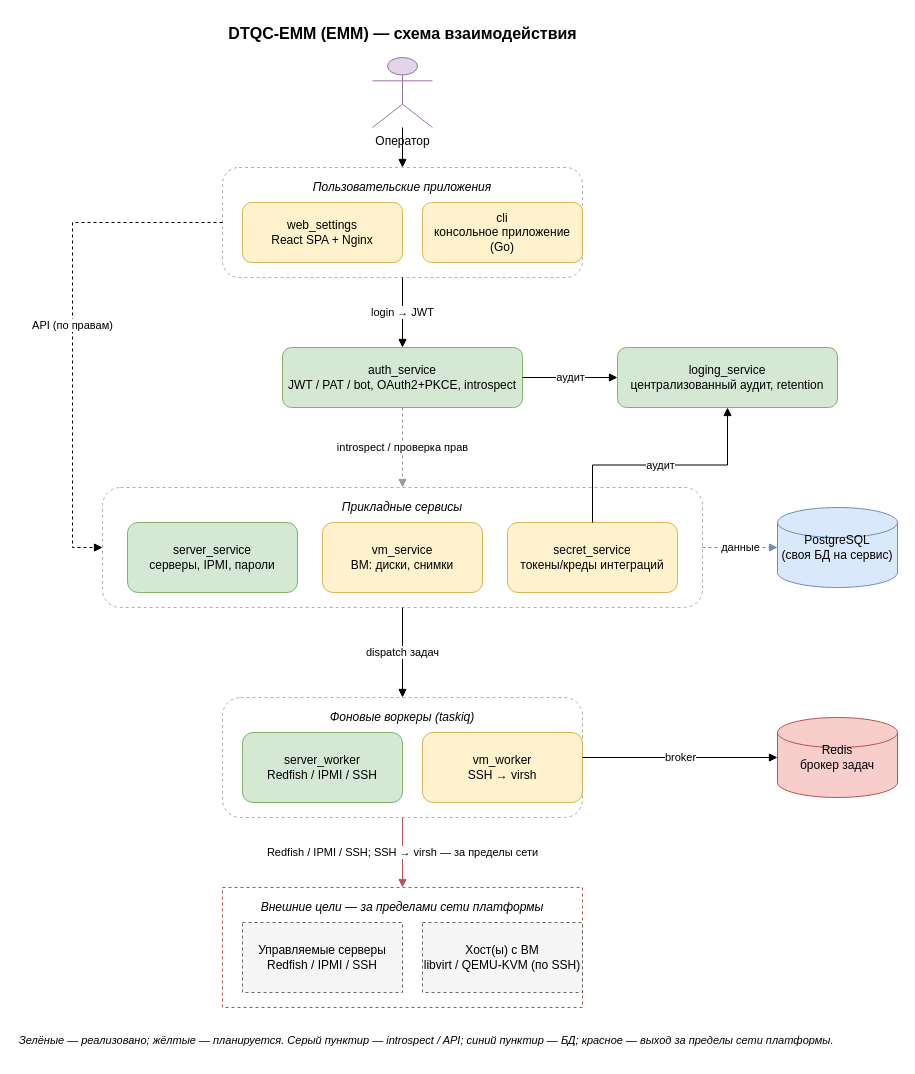
N2OCaKeS/stress_test keeps this draw.io diagram as dbos_server_service/diagrams/dbos-interactions.drawio. Above is the earlier version. Source tidied: cells renumbered, new cells numbered last; positions are measured from the earlier drawing's top-left corner, leaving out a move shared by most shapes. Both pictures are drawn from the tidied source at 100%, with x=0, y=0 at pixel (17, 17).
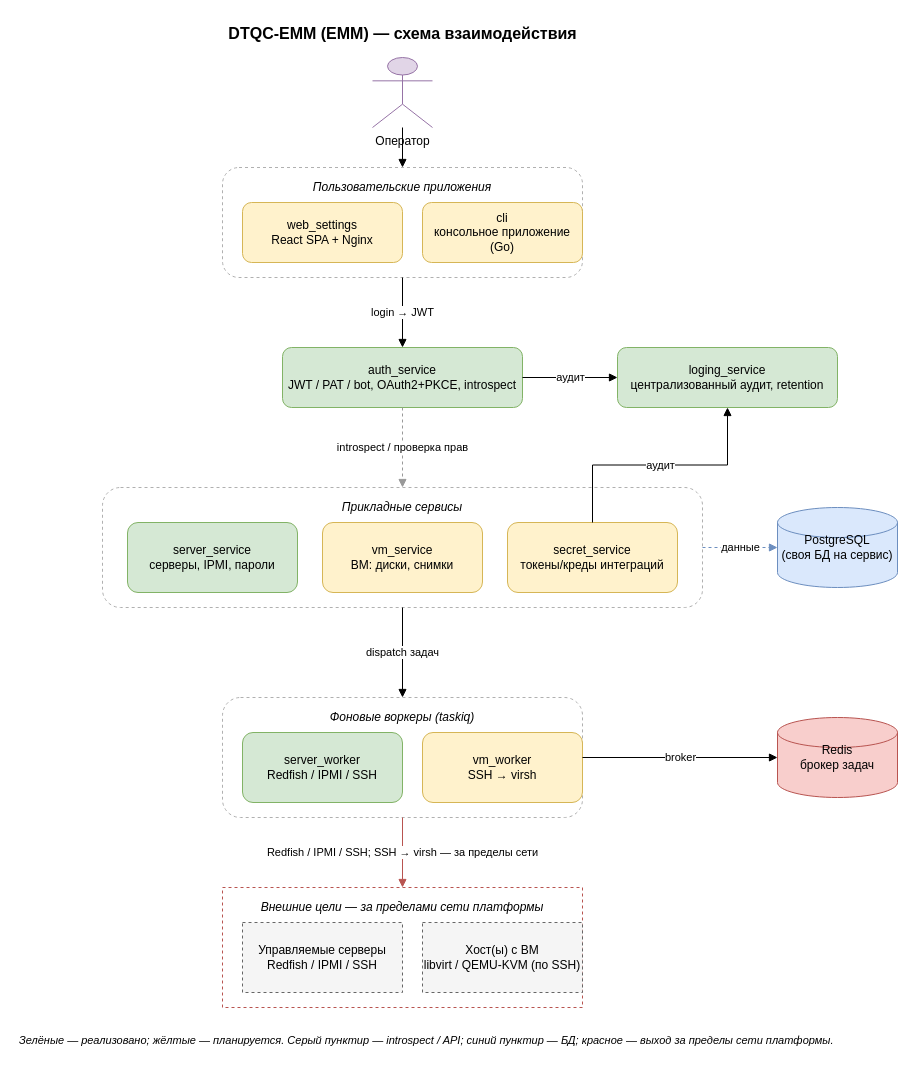
The same diagram, later.

Commit message:
update dbos interactions diagram

The change refers to these unchanged cells:
```xml
<mxCell id="4" value="Пользовательские приложения" style="rounded=1;whiteSpace=wrap;html=1;fillColor=none;strokeColor=#b0b0b0;verticalAlign=top;align=center;spacingTop=6;fontStyle=2;dashed=1;" parent="1" vertex="1">
  <mxGeometry x="205" y="150" width="360" height="110" as="geometry" />
</mxCell>
<mxCell id="9" value="Прикладные сервисы" style="rounded=1;whiteSpace=wrap;html=1;fillColor=none;strokeColor=#b0b0b0;verticalAlign=top;align=center;spacingTop=6;fontStyle=2;dashed=1;" parent="1" vertex="1">
  <mxGeometry x="85" y="470" width="600" height="120" as="geometry" />
</mxCell>
```

What changed in the source:
```diff
@@
-    <mxCell id="26" value="API (по правам)" style="edgeStyle=orthogonalEdgeStyle;rounded=0;html=1;endArrow=block;dashed=1;exitX=0;exitY=0.5;entryX=0;entryY=0.5;" parent="1" edge="1" source="4" target="9">
-      <mxGeometry relative="1" as="geometry">
-        <Array as="points">
-          <mxPoint x="55" y="205" />
-          <mxPoint x="55" y="530" />
-        </Array>
-      </mxGeometry>
-    </mxCell>
```
